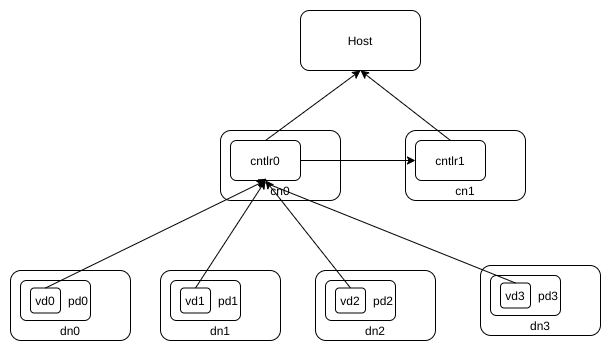
virtual-disk-array/vda_doc keeps this draw.io diagram as source/images/vda_disk_array_arch.png. Above is the earlier version. Source tidied: cells renumbered, new cells last; positions are measured from the earlier drawing's top-left corner, leaving out a move shared by most shapes.
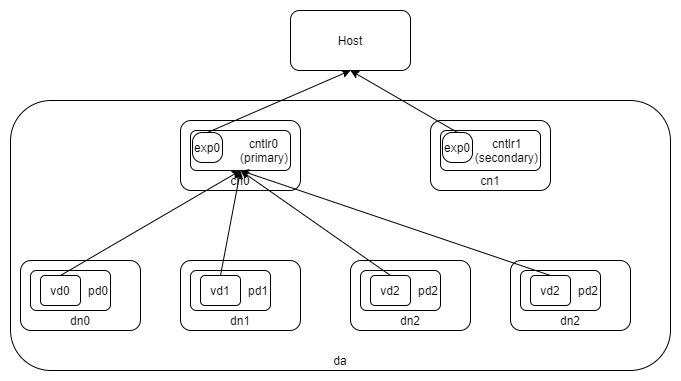
The same file after the commit.

Change to the diagram source:
```diff
@@ -2,77 +2,87 @@
   <root>
     <mxCell id="0" />
     <mxCell id="1" parent="0" />
-    <mxCell id="2" value="cn0" style="rounded=1;whiteSpace=wrap;html=1;verticalAlign=bottom;align=center;" parent="1" vertex="1">
-      <mxGeometry x="210" y="120" width="120" height="70" as="geometry" />
-    </mxCell>
-    <mxCell id="3" value="cntlr0" style="rounded=1;whiteSpace=wrap;html=1;" parent="1" vertex="1">
-      <mxGeometry x="220" y="130" width="70" height="40" as="geometry" />
-    </mxCell>
-    <mxCell id="4" value="cn1" style="rounded=1;whiteSpace=wrap;html=1;verticalAlign=bottom;" parent="1" vertex="1">
-      <mxGeometry x="395" y="120" width="120" height="70" as="geometry" />
-    </mxCell>
-    <mxCell id="5" value="cntlr1" style="rounded=1;whiteSpace=wrap;html=1;" parent="1" vertex="1">
-      <mxGeometry x="405" y="130" width="70" height="40" as="geometry" />
-    </mxCell>
+    <mxCell id="26" value="da" style="rounded=1;whiteSpace=wrap;html=1;align=center;verticalAlign=bottom;" parent="1" vertex="1">
+      <mxGeometry x="80" y="180" width="660" height="270" as="geometry" />
+    </mxCell>
+    <mxCell id="23" value="Host" style="rounded=1;whiteSpace=wrap;html=1;" parent="1" vertex="1">
+      <mxGeometry x="360" y="90" width="120" height="60" as="geometry" />
+    </mxCell>
     <mxCell id="6" value="dn0" style="rounded=1;whiteSpace=wrap;html=1;verticalAlign=bottom;" parent="1" vertex="1">
-      <mxGeometry y="260" width="120" height="70" as="geometry" />
+      <mxGeometry x="90" y="340" width="120" height="70" as="geometry" />
     </mxCell>
     <mxCell id="7" value="pd0" style="rounded=1;whiteSpace=wrap;html=1;align=right;" parent="1" vertex="1">
-      <mxGeometry x="10" y="270" width="70" height="40" as="geometry" />
+      <mxGeometry x="100" y="350" width="80" height="40" as="geometry" />
     </mxCell>
     <mxCell id="8" value="vd0" style="rounded=1;whiteSpace=wrap;html=1;" parent="1" vertex="1">
-      <mxGeometry x="20" y="277.5" width="30" height="25" as="geometry" />
+      <mxGeometry x="110" y="355" width="40" height="30" as="geometry" />
     </mxCell>
     <mxCell id="9" value="dn1" style="rounded=1;whiteSpace=wrap;html=1;verticalAlign=bottom;" parent="1" vertex="1">
-      <mxGeometry x="150" y="260" width="120" height="70" as="geometry" />
+      <mxGeometry x="250" y="340" width="120" height="70" as="geometry" />
     </mxCell>
     <mxCell id="10" value="pd1" style="rounded=1;whiteSpace=wrap;html=1;align=right;" parent="1" vertex="1">
-      <mxGeometry x="160" y="270" width="70" height="40" as="geometry" />
+      <mxGeometry x="260" y="350" width="80" height="40" as="geometry" />
     </mxCell>
     <mxCell id="11" value="vd1" style="rounded=1;whiteSpace=wrap;html=1;" parent="1" vertex="1">
-      <mxGeometry x="170" y="277.5" width="30" height="25" as="geometry" />
+      <mxGeometry x="270" y="355" width="40" height="30" as="geometry" />
     </mxCell>
-    <mxCell id="12" value="dn2" style="rounded=1;whiteSpace=wrap;html=1;verticalAlign=bottom;" parent="1" vertex="1">
-      <mxGeometry x="305" y="260" width="120" height="70" as="geometry" />
-    </mxCell>
-    <mxCell id="13" value="pd2" style="rounded=1;whiteSpace=wrap;html=1;align=right;" parent="1" vertex="1">
-      <mxGeometry x="315" y="270" width="70" height="40" as="geometry" />
-    </mxCell>
-    <mxCell id="14" value="vd2" style="rounded=1;whiteSpace=wrap;html=1;" parent="1" vertex="1">
-      <mxGeometry x="325" y="277.5" width="30" height="25" as="geometry" />
-    </mxCell>
-    <mxCell id="15" value="dn3" style="rounded=1;whiteSpace=wrap;html=1;verticalAlign=bottom;" parent="1" vertex="1">
-      <mxGeometry x="470" y="255" width="120" height="70" as="geometry" />
-    </mxCell>
-    <mxCell id="16" value="pd3" style="rounded=1;whiteSpace=wrap;html=1;align=right;" parent="1" vertex="1">
-      <mxGeometry x="480" y="265" width="70" height="40" as="geometry" />
-    </mxCell>
-    <mxCell id="17" value="vd3" style="rounded=1;whiteSpace=wrap;html=1;" parent="1" vertex="1">
-      <mxGeometry x="490" y="272.5" width="30" height="25" as="geometry" />
-    </mxCell>
-    <mxCell id="18" style="endArrow=classic;html=1;exitX=0.5;exitY=0;exitDx=0;exitDy=0;entryX=0.5;entryY=1;entryDx=0;entryDy=0;" parent="1" edge="1" source="8" target="3">
-      <mxGeometry relative="1" as="geometry" />
-    </mxCell>
-    <mxCell id="19" style="endArrow=classic;html=1;exitX=0.5;exitY=0;exitDx=0;exitDy=0;entryX=0.5;entryY=1;entryDx=0;entryDy=0;" parent="1" edge="1" source="11" target="3">
-      <mxGeometry relative="1" as="geometry" />
-    </mxCell>
-    <mxCell id="20" style="endArrow=classic;html=1;exitX=0.5;exitY=0;exitDx=0;exitDy=0;entryX=0.5;entryY=1;entryDx=0;entryDy=0;" parent="1" edge="1" source="14" target="3">
-      <mxGeometry relative="1" as="geometry" />
-    </mxCell>
-    <mxCell id="21" style="endArrow=classic;html=1;exitX=0.5;exitY=0;exitDx=0;exitDy=0;entryX=0.379;entryY=0.975;entryDx=0;entryDy=0;entryPerimeter=0;" parent="1" edge="1" source="17" target="3">
-      <mxGeometry relative="1" as="geometry" />
-    </mxCell>
-    <mxCell id="22" style="endArrow=classic;html=1;entryX=0;entryY=0.5;entryDx=0;entryDy=0;exitX=1;exitY=0.5;exitDx=0;exitDy=0;" parent="1" edge="1" source="3" target="5">
-      <mxGeometry relative="1" as="geometry" />
-    </mxCell>
-    <mxCell id="23" value="Host" style="rounded=1;whiteSpace=wrap;html=1;align=center;" parent="1" vertex="1">
-      <mxGeometry x="290" width="120" height="60" as="geometry" />
-    </mxCell>
-    <mxCell id="24" style="endArrow=classic;html=1;entryX=0.5;entryY=1;entryDx=0;entryDy=0;exitX=0.5;exitY=0;exitDx=0;exitDy=0;" parent="1" edge="1" source="3" target="23">
-      <mxGeometry relative="1" as="geometry" />
-    </mxCell>
-    <mxCell id="25" style="endArrow=classic;html=1;exitX=0.5;exitY=0;exitDx=0;exitDy=0;entryX=0.5;entryY=1;entryDx=0;entryDy=0;" parent="1" edge="1" source="5" target="23">
-      <mxGeometry relative="1" as="geometry" />
-    </mxCell>
+    <mxCell id="27" value="dn2" style="rounded=1;whiteSpace=wrap;html=1;verticalAlign=bottom;" parent="1" vertex="1">
+      <mxGeometry x="420" y="340" width="120" height="70" as="geometry" />
+    </mxCell>
+    <mxCell id="28" value="pd2" style="rounded=1;whiteSpace=wrap;html=1;align=right;" parent="1" vertex="1">
+      <mxGeometry x="430" y="350" width="80" height="40" as="geometry" />
+    </mxCell>
+    <mxCell id="29" value="vd2" style="rounded=1;whiteSpace=wrap;html=1;" parent="1" vertex="1">
+      <mxGeometry x="440" y="355" width="40" height="30" as="geometry" />
+    </mxCell>
+    <mxCell id="30" value="dn2" style="rounded=1;whiteSpace=wrap;html=1;verticalAlign=bottom;" parent="1" vertex="1">
+      <mxGeometry x="580" y="340" width="120" height="70" as="geometry" />
+    </mxCell>
+    <mxCell id="31" value="pd2" style="rounded=1;whiteSpace=wrap;html=1;align=right;" parent="1" vertex="1">
+      <mxGeometry x="590" y="350" width="80" height="40" as="geometry" />
+    </mxCell>
+    <mxCell id="32" value="vd2" style="rounded=1;whiteSpace=wrap;html=1;" parent="1" vertex="1">
+      <mxGeometry x="600" y="355" width="40" height="30" as="geometry" />
+    </mxCell>
+    <mxCell id="4" value="cn1" style="rounded=1;whiteSpace=wrap;html=1;verticalAlign=bottom;" parent="1" vertex="1">
+      <mxGeometry x="500" y="200" width="120" height="70" as="geometry" />
+    </mxCell>
+    <mxCell id="33" value="cntlr1&amp;nbsp; &amp;nbsp; &amp;nbsp;&lt;br&gt;(secondary)" style="rounded=1;whiteSpace=wrap;html=1;align=right;" parent="1" vertex="1">
+      <mxGeometry x="510" y="210" width="100" height="40" as="geometry" />
+    </mxCell>
+    <mxCell id="34" value="exp0" style="rounded=1;whiteSpace=wrap;html=1;arcSize=32;" parent="1" vertex="1">
+      <mxGeometry x="512" y="212" width="30" height="30" as="geometry" />
+    </mxCell>
+    <mxCell id="2" value="cn0" style="rounded=1;whiteSpace=wrap;html=1;verticalAlign=bottom;" parent="1" vertex="1">
+      <mxGeometry x="250" y="200" width="120" height="70" as="geometry" />
+    </mxCell>
+    <mxCell id="35" value="cntlr0&amp;nbsp; &amp;nbsp;&lt;br&gt;(primary)" style="rounded=1;whiteSpace=wrap;html=1;align=right;" parent="1" vertex="1">
+      <mxGeometry x="260" y="210" width="100" height="40" as="geometry" />
+    </mxCell>
+    <mxCell id="36" value="exp0" style="rounded=1;whiteSpace=wrap;html=1;arcSize=32;" parent="1" vertex="1">
+      <mxGeometry x="262" y="212" width="30" height="30" as="geometry" />
+    </mxCell>
+    <mxCell id="37" style="endArrow=classic;html=1;entryX=0.5;entryY=1;entryDx=0;entryDy=0;" parent="1" edge="1" target="35">
+      <mxGeometry relative="1" as="geometry">
+        <mxPoint x="130" y="355" as="sourcePoint" />
+      </mxGeometry>
+    </mxCell>
+    <mxCell id="38" style="endArrow=classic;html=1;entryX=0.5;entryY=1;entryDx=0;entryDy=0;" parent="1" edge="1" target="35">
+      <mxGeometry relative="1" as="geometry">
+        <mxPoint x="290" y="355" as="sourcePoint" />
+      </mxGeometry>
+    </mxCell>
+    <mxCell id="39" style="endArrow=classic;html=1;exitX=0.5;exitY=0;exitDx=0;exitDy=0;entryX=0.5;entryY=1;entryDx=0;entryDy=0;" parent="1" edge="1" source="29" target="35">
+      <mxGeometry relative="1" as="geometry" />
+    </mxCell>
+    <mxCell id="40" style="endArrow=classic;html=1;exitX=0.5;exitY=0;exitDx=0;exitDy=0;entryX=0.5;entryY=1;entryDx=0;entryDy=0;" parent="1" edge="1" source="32" target="35">
+      <mxGeometry relative="1" as="geometry" />
+    </mxCell>
+    <mxCell id="41" style="endArrow=classic;html=1;exitX=0.5;exitY=0;exitDx=0;exitDy=0;entryX=0.5;entryY=1;entryDx=0;entryDy=0;" parent="1" edge="1" source="36" target="23">
+      <mxGeometry relative="1" as="geometry" />
+    </mxCell>
+    <mxCell id="42" style="endArrow=classic;html=1;entryX=0.5;entryY=1;entryDx=0;entryDy=0;exitX=0.5;exitY=0;exitDx=0;exitDy=0;" parent="1" edge="1" source="34" target="23">
+      <mxGeometry relative="1" as="geometry" />
+    </mxCell>
   </root>
 </mxGraphModel>
```
